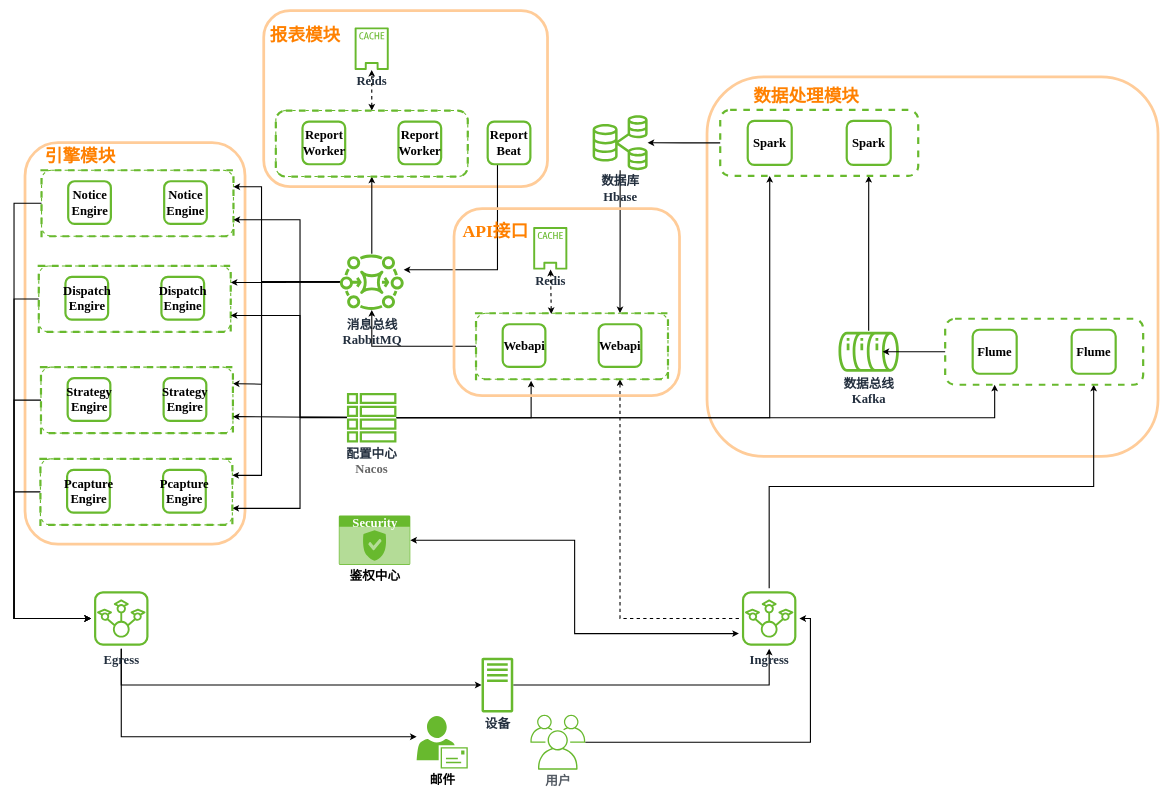
Earlier version of the draw.io diagram arch-2023.drawio (caihuayu0322/drawio-github). Source tidied: cells renumbered, new cells numbered last; positions are measured from the earlier drawing's top-left corner, leaving out a move shared by most shapes. Both pictures are drawn from the tidied source at 55%, with x=0, y=0 at pixel (14, 10).
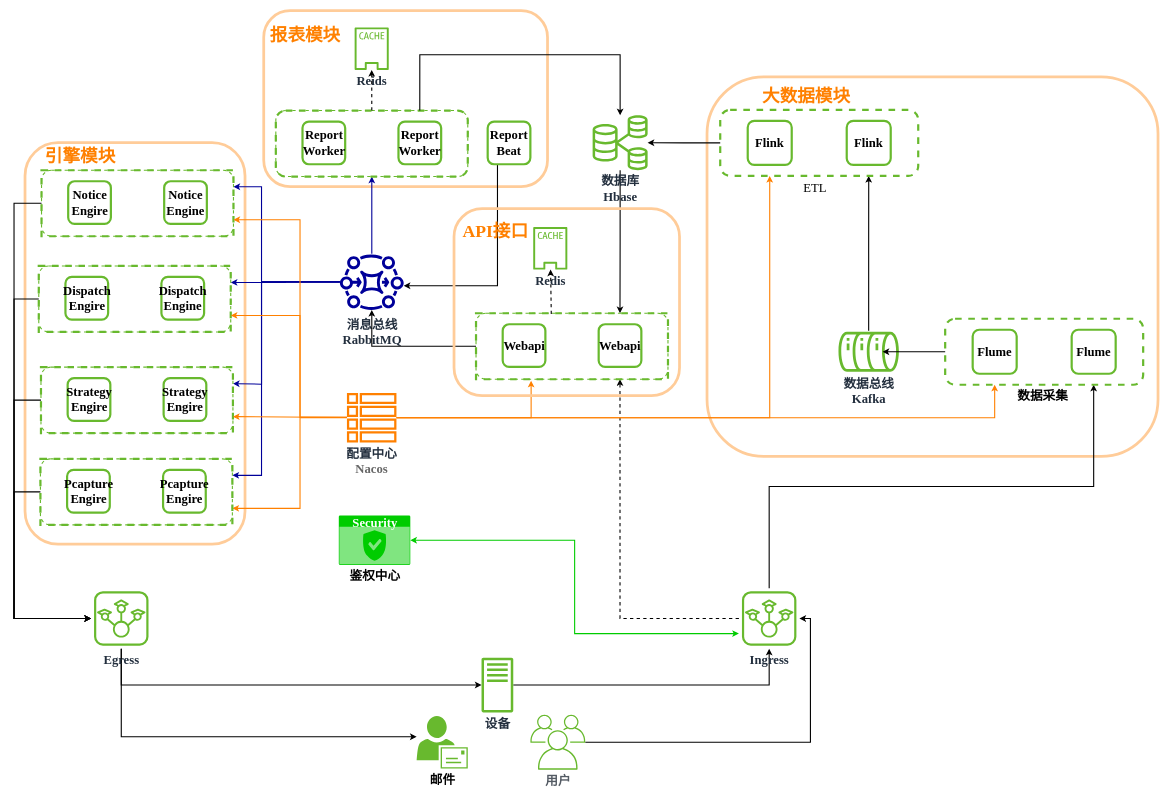
The same diagram, later.

Unchanged cells that the change refers to:
```xml
<mxCell id="11" value="Ingress" style="sketch=0;points=[[0,0,0],[0.25,0,0],[0.5,0,0],[0.75,0,0],[1,0,0],[0,1,0],[0.25,1,0],[0.5,1,0],[0.75,1,0],[1,1,0],[0,0.25,0],[0,0.5,0],[0,0.75,0],[1,0.25,0],[1,0.5,0],[1,0.75,0]];outlineConnect=0;fontColor=#232F3E;gradientColor=none;gradientDirection=north;fillColor=none;strokeColor=#68B92E;dashed=0;verticalLabelPosition=bottom;verticalAlign=top;align=center;html=1;fontSize=23;fontStyle=1;shape=mxgraph.aws4.resourceIcon;resIcon=mxgraph.aws4.iot_sitewise;rounded=1;strokeWidth=1;direction=west;fontFamily=Garamond;" parent="1" vertex="1">
  <mxGeometry x="1318" y="1050" width="110" height="110" as="geometry" />
</mxCell>
<mxCell id="15" style="rounded=1;whiteSpace=wrap;html=1;strokeColor=#68B92E;fillColor=none;gradientColor=#68B92E;dashed=1;strokeWidth=4;fontStyle=1;fontFamily=Garamond;fontSize=23;" parent="14" vertex="1">
  <mxGeometry width="360" height="120" as="geometry" />
</mxCell>
<mxCell id="26" style="rounded=1;whiteSpace=wrap;html=1;strokeColor=#68B92E;fillColor=none;gradientColor=#68B92E;dashed=1;strokeWidth=2;fontStyle=1;fontFamily=Garamond;fontSize=23;" parent="25" vertex="1">
  <mxGeometry width="349" height="120" as="geometry" />
</mxCell>
<mxCell id="30" value="Report Beat" style="whiteSpace=wrap;html=1;strokeColor=#68B92E;fillColor=none;gradientColor=#68B92E;rounded=1;fontStyle=1;fontFamily=Garamond;fontSize=23;strokeWidth=4;" parent="1" vertex="1">
  <mxGeometry x="861.2" y="201.5" width="77.6" height="77.6" as="geometry" />
</mxCell>
<mxCell id="32" style="rounded=1;whiteSpace=wrap;html=1;strokeColor=#68B92E;fillColor=none;gradientColor=#68B92E;dashed=1;strokeWidth=2;fontStyle=1;fontFamily=Garamond;fontSize=23;" parent="31" vertex="1">
  <mxGeometry width="349" height="120" as="geometry" />
</mxCell>
<mxCell id="39" style="rounded=1;whiteSpace=wrap;html=1;strokeColor=#68B92E;fillColor=none;gradientColor=#68B92E;dashed=1;strokeWidth=2;fontStyle=1;fontFamily=Garamond;fontSize=23;" parent="38" vertex="1">
  <mxGeometry width="349" height="120" as="geometry" />
</mxCell>
<mxCell id="44" style="rounded=1;whiteSpace=wrap;html=1;strokeColor=#68B92E;fillColor=none;gradientColor=#68B92E;dashed=1;strokeWidth=2;fontStyle=1;fontFamily=Garamond;fontSize=23;" parent="43" vertex="1">
  <mxGeometry width="349" height="120" as="geometry" />
</mxCell>
<mxCell id="56" value="数据库&lt;br style=&quot;font-size: 23px;&quot;&gt;Hbase" style="sketch=0;outlineConnect=0;fontColor=#232F3E;gradientColor=none;fillColor=#68B92E;strokeColor=none;dashed=0;verticalLabelPosition=bottom;verticalAlign=top;align=center;html=1;fontSize=23;fontStyle=1;shape=mxgraph.aws4.rds_multi_az_db_cluster;rounded=1;shadow=0;strokeWidth=1;fontFamily=Garamond;" parent="1" vertex="1">
  <mxGeometry x="1052" y="190" width="100" height="100" as="geometry" />
</mxCell>
<mxCell id="58" value="Reids" style="sketch=0;outlineConnect=0;fontColor=#232F3E;gradientColor=none;fillColor=#68B92E;strokeColor=none;dashed=0;verticalLabelPosition=bottom;verticalAlign=top;align=center;html=1;fontSize=23;fontStyle=1;shape=mxgraph.aws4.cached_volume;rounded=1;shadow=0;strokeWidth=1;fontFamily=Garamond;" parent="1" vertex="1">
  <mxGeometry x="619.3" y="30" width="62" height="78" as="geometry" />
</mxCell>
<mxCell id="59" style="group;strokeColor=none;rounded=1;fontStyle=1;fontFamily=Garamond;fontSize=23;" parent="1" vertex="1">
  <mxGeometry x="1284" y="180.3" width="797.5" height="630" as="geometry" />
</mxCell>
<mxCell id="60" style="rounded=1;whiteSpace=wrap;html=1;strokeColor=#68B92E;fillColor=none;gradientColor=#68B92E;dashed=1;strokeWidth=4;fontStyle=1;fontFamily=Garamond;fontSize=23;" parent="59" vertex="1">
  <mxGeometry width="360" height="120" as="geometry" />
</mxCell>
<mxCell id="68" style="rounded=1;whiteSpace=wrap;html=1;strokeColor=#68B92E;fillColor=none;gradientColor=#68B92E;dashed=1;strokeWidth=2;fontStyle=1;fontFamily=Garamond;fontSize=23;" parent="67" vertex="1">
  <mxGeometry width="349" height="120" as="geometry" />
</mxCell>
<mxCell id="81" style="group;" parent="1" vertex="1">
  <mxGeometry x="800" y="360" width="410" height="340" as="geometry" />
</mxCell>
<mxCell id="84" style="rounded=1;whiteSpace=wrap;html=1;strokeColor=#68B92E;fillColor=none;gradientColor=#68B92E;dashed=1;strokeWidth=2;fontStyle=1;fontFamily=Garamond;fontSize=23;" parent="83" vertex="1">
  <mxGeometry width="349" height="120" as="geometry" />
</mxCell>
<mxCell id="87" value="Redis" style="sketch=0;outlineConnect=0;fontColor=#232F3E;gradientColor=none;fillColor=#68B92E;strokeColor=none;dashed=0;verticalLabelPosition=bottom;verticalAlign=top;align=center;html=1;fontSize=23;fontStyle=1;shape=mxgraph.aws4.cached_volume;rounded=1;shadow=0;strokeWidth=1;fontFamily=Garamond;" parent="81" vertex="1">
  <mxGeometry x="144" y="33" width="62" height="78" as="geometry" />
</mxCell>
```

What changed in the source:
```diff
@@
-    <mxCell id="18" style="edgeStyle=orthogonalEdgeStyle;rounded=0;jettySize=auto;html=1;entryX=0.5;entryY=1;entryDx=0;entryDy=0;strokeColor=#000000;strokeWidth=2;fontStyle=1;fontFamily=Garamond;fontSize=23;" parent="1" edge="1" source="23" target="26">
+    <mxCell id="18" style="edgeStyle=orthogonalEdgeStyle;rounded=0;jettySize=auto;html=1;entryX=0.5;entryY=1;entryDx=0;entryDy=0;strokeColor=#000099;strokeWidth=2;fontStyle=1;fontFamily=Garamond;fontSize=23;" parent="1" edge="1" source="23" target="26">
       <mxGeometry relative="1" as="geometry" />
     </mxCell>
-    <mxCell id="19" style="edgeStyle=orthogonalEdgeStyle;rounded=0;jettySize=auto;html=1;entryX=1;entryY=0.25;entryDx=0;entryDy=0;strokeColor=#000000;strokeWidth=2;fontStyle=1;fontFamily=Garamond;fontSize=23;" parent="1" edge="1" source="23" target="32">
+    <mxCell id="19" style="edgeStyle=orthogonalEdgeStyle;rounded=0;jettySize=auto;html=1;entryX=1;entryY=0.25;entryDx=0;entryDy=0;strokeColor=#000099;strokeWidth=2;fontStyle=1;fontFamily=Garamond;fontSize=23;" parent="1" edge="1" source="23" target="32">
       <mxGeometry relative="1" as="geometry">
         <Array as="points">
           <mxPoint x="450" y="493" />
           <mxPoint x="450" y="679" />
         </Array>
       </mxGeometry>
     </mxCell>
-    <mxCell id="20" style="edgeStyle=orthogonalEdgeStyle;rounded=0;jettySize=auto;html=1;entryX=1;entryY=0.25;entryDx=0;entryDy=0;strokeColor=#000000;strokeWidth=2;fontStyle=1;fontFamily=Garamond;fontSize=23;" parent="1" edge="1" source="23" target="39">
+    <mxCell id="20" style="edgeStyle=orthogonalEdgeStyle;rounded=0;jettySize=auto;html=1;entryX=1;entryY=0.25;entryDx=0;entryDy=0;strokeColor=#000099;strokeWidth=2;fontStyle=1;fontFamily=Garamond;fontSize=23;" parent="1" edge="1" source="23" target="39">
       <mxGeometry relative="1" as="geometry" />
     </mxCell>
-    <mxCell id="21" style="edgeStyle=orthogonalEdgeStyle;rounded=0;jettySize=auto;html=1;entryX=1;entryY=0.25;entryDx=0;entryDy=0;strokeColor=#000000;strokeWidth=2;fontStyle=1;fontFamily=Garamond;fontSize=23;" parent="1" edge="1" source="23" target="44">
+    <mxCell id="21" style="edgeStyle=orthogonalEdgeStyle;rounded=0;jettySize=auto;html=1;entryX=1;entryY=0.25;entryDx=0;entryDy=0;strokeColor=#000099;strokeWidth=2;fontStyle=1;fontFamily=Garamond;fontSize=23;" parent="1" edge="1" source="23" target="44">
       <mxGeometry relative="1" as="geometry">
         <Array as="points">
           <mxPoint x="450" y="493" />
           <mxPoint x="450" y="320" />
         </Array>
       </mxGeometry>
     </mxCell>
-    <mxCell id="22" style="edgeStyle=orthogonalEdgeStyle;rounded=0;jettySize=auto;html=1;entryX=1;entryY=0.25;entryDx=0;entryDy=0;strokeColor=#000000;strokeWidth=2;fontStyle=1;fontFamily=Garamond;fontSize=23;" parent="1" edge="1" source="23" target="68">
+    <mxCell id="22" style="edgeStyle=orthogonalEdgeStyle;rounded=0;jettySize=auto;html=1;entryX=1;entryY=0.25;entryDx=0;entryDy=0;strokeColor=#000099;strokeWidth=2;fontStyle=1;fontFamily=Garamond;fontSize=23;" parent="1" edge="1" source="23" target="68">
       <mxGeometry relative="1" as="geometry">
         <Array as="points">
           <mxPoint x="450" y="493" />
           <mxPoint x="450" y="845" />
         </Array>
       </mxGeometry>
     </mxCell>
-    <mxCell id="23" value="消息总线&lt;br style=&quot;font-size: 23px;&quot;&gt;RabbitMQ" style="sketch=0;outlineConnect=0;fontColor=#232F3E;gradientColor=none;fillColor=#68B92E;strokeColor=none;dashed=0;verticalLabelPosition=bottom;verticalAlign=top;align=center;html=1;fontSize=23;fontStyle=1;shape=mxgraph.aws4.mq_broker;rounded=1;shadow=0;strokeWidth=1;fontFamily=Garamond;" parent="1" vertex="1">
+    <mxCell id="23" value="消息总线&lt;br style=&quot;font-size: 23px;&quot;&gt;RabbitMQ" style="sketch=0;outlineConnect=0;fontColor=#232F3E;gradientColor=none;fillColor=#000099;strokeColor=none;dashed=0;verticalLabelPosition=bottom;verticalAlign=top;align=center;html=1;fontSize=23;fontStyle=1;shape=mxgraph.aws4.mq_broker;rounded=1;shadow=0;strokeWidth=1;fontFamily=Garamond;" parent="1" vertex="1">
       <mxGeometry x="592.5" y="435" width="116" height="116" as="geometry" />
     </mxCell>
@@
     <mxCell id="29" style="edgeStyle=orthogonalEdgeStyle;rounded=0;jettySize=auto;html=1;strokeColor=#000000;strokeWidth=2;fontStyle=1;fontFamily=Garamond;fontSize=23;" parent="1" edge="1" source="30" target="23">
       <mxGeometry relative="1" as="geometry">
         <Array as="points">
-          <mxPoint x="879" y="471" />
+          <mxPoint x="879" y="500" />
         </Array>
       </mxGeometry>
     </mxCell>
@@
-    <mxCell id="47" style="edgeStyle=orthogonalEdgeStyle;rounded=0;jettySize=auto;html=1;entryX=0.287;entryY=1.022;entryDx=0;entryDy=0;entryPerimeter=0;strokeColor=#000000;strokeWidth=2;fontStyle=1;fontFamily=Garamond;fontSize=23;" parent="1" edge="1" source="52" target="84">
+    <mxCell id="47" style="edgeStyle=orthogonalEdgeStyle;rounded=0;jettySize=auto;html=1;entryX=0.287;entryY=1.022;entryDx=0;entryDy=0;entryPerimeter=0;strokeColor=#FF8000;strokeWidth=2;fontStyle=1;fontFamily=Garamond;fontSize=23;" parent="1" edge="1" source="52" target="84">
       <mxGeometry relative="1" as="geometry" />
     </mxCell>
-    <mxCell id="48" style="edgeStyle=orthogonalEdgeStyle;rounded=0;jettySize=auto;html=1;entryX=1;entryY=0.75;entryDx=0;entryDy=0;strokeColor=#000000;strokeWidth=2;fontStyle=1;fontFamily=Garamond;fontSize=23;" parent="1" edge="1" source="52" target="39">
+    <mxCell id="48" style="edgeStyle=orthogonalEdgeStyle;rounded=0;jettySize=auto;html=1;entryX=1;entryY=0.75;entryDx=0;entryDy=0;strokeColor=#FF8000;strokeWidth=2;fontStyle=1;fontFamily=Garamond;fontSize=23;" parent="1" edge="1" source="52" target="39">
       <mxGeometry relative="1" as="geometry">
         <Array as="points">
           <mxPoint x="520" y="739" />
           <mxPoint x="520" y="554" />
         </Array>
       </mxGeometry>
     </mxCell>
-    <mxCell id="49" style="edgeStyle=orthogonalEdgeStyle;rounded=0;jettySize=auto;html=1;entryX=1;entryY=0.75;entryDx=0;entryDy=0;strokeColor=#000000;strokeWidth=2;fontStyle=1;fontFamily=Garamond;fontSize=23;" parent="1" edge="1" source="52" target="44">
+    <mxCell id="49" style="edgeStyle=orthogonalEdgeStyle;rounded=0;jettySize=auto;html=1;entryX=1;entryY=0.75;entryDx=0;entryDy=0;strokeColor=#FF8000;strokeWidth=2;fontStyle=1;fontFamily=Garamond;fontSize=23;" parent="1" edge="1" source="52" target="44">
       <mxGeometry relative="1" as="geometry">
         <Array as="points">
           <mxPoint x="520" y="739" />
           <mxPoint x="520" y="380" />
         </Array>
       </mxGeometry>
     </mxCell>
-    <mxCell id="50" style="edgeStyle=orthogonalEdgeStyle;rounded=0;jettySize=auto;html=1;entryX=1;entryY=0.75;entryDx=0;entryDy=0;strokeColor=#000000;strokeWidth=2;fontStyle=1;fontFamily=Garamond;fontSize=23;" parent="1" edge="1" source="52" target="68">
+    <mxCell id="50" style="edgeStyle=orthogonalEdgeStyle;rounded=0;jettySize=auto;html=1;entryX=1;entryY=0.75;entryDx=0;entryDy=0;strokeColor=#FF8000;strokeWidth=2;fontStyle=1;fontFamily=Garamond;fontSize=23;" parent="1" edge="1" source="52" target="68">
       <mxGeometry relative="1" as="geometry">
         <Array as="points">
           <mxPoint x="520" y="740" />
           <mxPoint x="520" y="905" />
         </Array>
       </mxGeometry>
     </mxCell>
-    <mxCell id="51" style="edgeStyle=orthogonalEdgeStyle;rounded=0;jettySize=auto;html=1;entryX=0.25;entryY=1;entryDx=0;entryDy=0;strokeColor=#000000;strokeWidth=2;fontStyle=1;fontFamily=Garamond;fontSize=23;" parent="1" edge="1" source="52" target="60">
+    <mxCell id="51" style="edgeStyle=orthogonalEdgeStyle;rounded=0;jettySize=auto;html=1;entryX=0.25;entryY=1;entryDx=0;entryDy=0;strokeColor=#FF8000;strokeWidth=2;fontStyle=1;fontFamily=Garamond;fontSize=23;" parent="1" edge="1" source="52" target="60">
       <mxGeometry relative="1" as="geometry" />
     </mxCell>
-    <mxCell id="52" value="配置中心&lt;br style=&quot;font-size: 23px;&quot;&gt;&lt;span style=&quot;color: rgb(102, 102, 102); font-size: 23px; text-align: start; background-color: rgb(255, 255, 255);&quot;&gt;Nacos&lt;/span&gt;" style="sketch=0;outlineConnect=0;fontColor=#232F3E;gradientColor=none;fillColor=#68B92E;strokeColor=none;dashed=0;verticalLabelPosition=bottom;verticalAlign=top;align=center;html=1;fontSize=23;fontStyle=1;shape=mxgraph.aws4.table;rounded=1;shadow=0;strokeWidth=1;fontFamily=Garamond;" parent="1" vertex="1">
+    <mxCell id="52" value="配置中心&lt;br style=&quot;font-size: 23px;&quot;&gt;&lt;span style=&quot;color: rgb(102, 102, 102); font-size: 23px; text-align: start; background-color: rgb(255, 255, 255);&quot;&gt;Nacos&lt;/span&gt;" style="sketch=0;outlineConnect=0;fontColor=#232F3E;gradientColor=none;fillColor=#FF8000;strokeColor=none;dashed=0;verticalLabelPosition=bottom;verticalAlign=top;align=center;html=1;fontSize=23;fontStyle=1;shape=mxgraph.aws4.table;rounded=1;shadow=0;strokeWidth=1;fontFamily=Garamond;" parent="1" vertex="1">
       <mxGeometry x="605.3" y="695" width="90" height="90" as="geometry" />
     </mxCell>
-    <mxCell id="53" style="endArrow=classic;html=1;rounded=0;strokeColor=#000000;strokeWidth=2;entryX=0.25;entryY=1;entryDx=0;entryDy=0;edgeStyle=orthogonalEdgeStyle;fontStyle=1;fontFamily=Garamond;fontSize=23;" parent="1" edge="1" source="52" target="15">
+    <mxCell id="53" style="endArrow=classic;html=1;rounded=0;strokeColor=#FF8000;strokeWidth=2;entryX=0.25;entryY=1;entryDx=0;entryDy=0;edgeStyle=orthogonalEdgeStyle;fontStyle=1;fontFamily=Garamond;fontSize=23;" parent="1" edge="1" source="52" target="15">
       <mxGeometry relative="1" as="geometry" />
     </mxCell>
-    <mxCell id="54" style="endArrow=classic;html=1;rounded=0;strokeColor=#000000;strokeWidth=2;entryX=1;entryY=0.75;entryDx=0;entryDy=0;fontStyle=1;fontFamily=Garamond;fontSize=23;" parent="1" edge="1" source="52" target="32">
+    <mxCell id="54" style="endArrow=classic;html=1;rounded=0;strokeColor=#FF8000;strokeWidth=2;entryX=1;entryY=0.75;entryDx=0;entryDy=0;fontStyle=1;fontFamily=Garamond;fontSize=23;" parent="1" edge="1" source="52" target="32">
       <mxGeometry relative="1" as="geometry" />
     </mxCell>
@@
-    <mxCell id="61" value="Spark" style="whiteSpace=wrap;html=1;strokeColor=#68B92E;fillColor=none;gradientColor=#68B92E;rounded=1;fontStyle=1;fontFamily=Garamond;fontSize=23;strokeWidth=4;" parent="59" vertex="1">
+    <mxCell id="61" value="Flink" style="whiteSpace=wrap;html=1;strokeColor=#68B92E;fillColor=none;gradientColor=#68B92E;rounded=1;fontStyle=1;fontFamily=Garamond;fontSize=23;strokeWidth=4;" parent="59" vertex="1">
       <mxGeometry x="50" y="20" width="80" height="80" as="geometry" />
     </mxCell>
-    <mxCell id="62" value="Spark" style="whiteSpace=wrap;html=1;strokeColor=#68B92E;fillColor=none;gradientColor=none;rounded=1;fontStyle=1;fontFamily=Garamond;fontSize=23;strokeWidth=4;" parent="59" vertex="1">
+    <mxCell id="62" value="Flink" style="whiteSpace=wrap;html=1;strokeColor=#68B92E;fillColor=none;gradientColor=none;rounded=1;fontStyle=1;fontFamily=Garamond;fontSize=23;strokeWidth=4;" parent="59" vertex="1">
       <mxGeometry x="230" y="20" width="80" height="80" as="geometry" />
     </mxCell>
@@
-    <mxCell id="64" style="endArrow=classic;startArrow=classic;html=1;rounded=0;dashed=1;strokeColor=#000000;strokeWidth=2;exitX=0.5;exitY=0;exitDx=0;exitDy=0;fontStyle=1;fontFamily=Garamond;fontSize=23;" parent="1" edge="1" source="26" target="58">
-      <mxGeometry relative="1" as="geometry" />
-    </mxCell>
-    <mxCell id="65" value="Security" style="html=1;strokeColor=none;fillColor=#68B92E;labelPosition=center;verticalLabelPosition=middle;verticalAlign=top;align=center;fontSize=23;outlineConnect=0;spacingTop=-6;fontColor=#FFFFFF;sketch=0;shape=mxgraph.sitemap.security;rounded=1;shadow=0;dashed=1;strokeWidth=1;fontStyle=1;fontFamily=Garamond;" parent="1" vertex="1">
+    <mxCell id="65" value="Security" style="html=1;strokeColor=none;fillColor=#00CC00;labelPosition=center;verticalLabelPosition=middle;verticalAlign=top;align=center;fontSize=23;outlineConnect=0;spacingTop=-6;fontColor=#FFFFFF;sketch=0;shape=mxgraph.sitemap.security;rounded=1;shadow=0;dashed=1;strokeWidth=1;fontStyle=1;fontFamily=Garamond;" parent="1" vertex="1">
       <mxGeometry x="590.5" y="917.8" width="130" height="90" as="geometry" />
     </mxCell>
-    <mxCell id="66" style="endArrow=classic;startArrow=classic;html=1;rounded=0;strokeColor=#000000;strokeWidth=2;exitX=1;exitY=0.5;exitDx=0;exitDy=0;exitPerimeter=0;entryX=1;entryY=0.25;entryDx=0;entryDy=0;entryPerimeter=0;edgeStyle=orthogonalEdgeStyle;fontStyle=1;fontFamily=Garamond;fontSize=23;" parent="1" edge="1" source="65" target="11">
+    <mxCell id="66" style="endArrow=classic;startArrow=classic;html=1;rounded=0;strokeColor=#00CC00;strokeWidth=2;exitX=1;exitY=0.5;exitDx=0;exitDy=0;exitPerimeter=0;entryX=1;entryY=0.25;entryDx=0;entryDy=0;entryPerimeter=0;edgeStyle=orthogonalEdgeStyle;fontStyle=1;fontFamily=Garamond;fontSize=23;" parent="1" edge="1" source="65" target="11">
       <mxGeometry relative="1" as="geometry" />
     </mxCell>
@@
-    <mxCell id="75" value="数据处理模块" style="text;html=1;align=center;verticalAlign=middle;strokeColor=none;fillColor=none;fontSize=32;fontFamily=Garamond;fontColor=#FF8000;fontStyle=1;" parent="1" vertex="1">
-      <mxGeometry x="1330" y="130.3" width="220" height="50" as="geometry" />
+    <mxCell id="75" value="大数据模块" style="text;html=1;align=center;verticalAlign=middle;strokeColor=none;fillColor=none;fontSize=32;fontFamily=Garamond;fontColor=#FF8000;fontStyle=1;" parent="1" vertex="1">
+      <mxGeometry x="1350" y="130.3" width="180" height="50" as="geometry" />
     </mxCell>
@@
-    <mxCell id="88" style="endArrow=classic;startArrow=classic;html=1;rounded=0;strokeColor=#000000;strokeWidth=2;exitX=0.392;exitY=0.011;exitDx=0;exitDy=0;exitPerimeter=0;dashed=1;fontStyle=1;fontFamily=Garamond;fontSize=23;" parent="81" edge="1" source="84" target="87">
+    <mxCell id="88" style="endArrow=classic;startArrow=none;html=1;rounded=0;strokeColor=#000000;strokeWidth=2;exitX=0.392;exitY=0.011;exitDx=0;exitDy=0;exitPerimeter=0;dashed=1;fontStyle=1;fontFamily=Garamond;fontSize=23;startFill=0;" parent="81" edge="1" source="84" target="87">
       <mxGeometry relative="1" as="geometry" />
     </mxCell>
@@
+    <mxCell id="90" style="endArrow=classic;startArrow=none;html=1;rounded=0;strokeColor=#000000;strokeWidth=2;fontFamily=Garamond;fontSize=23;fontColor=#000000;exitX=0.75;exitY=0;exitDx=0;exitDy=0;edgeStyle=orthogonalEdgeStyle;startFill=0;" parent="1" edge="1" source="26" target="56">
+      <mxGeometry relative="1" as="geometry">
+        <Array as="points">
+          <mxPoint x="738" y="80" />
+          <mxPoint x="1102" y="80" />
+        </Array>
+      </mxGeometry>
+    </mxCell>
+    <mxCell id="64" style="endArrow=classic;html=1;rounded=0;strokeColor=#000000;strokeWidth=2;fontFamily=Garamond;fontSize=23;fontColor=#000000;exitX=0.5;exitY=0;exitDx=0;exitDy=0;dashed=1;" parent="1" edge="1" source="26" target="58">
+      <mxGeometry relative="1" as="geometry" />
+    </mxCell>
+    <mxCell id="91" value="&lt;b&gt;数据采集&lt;/b&gt;" style="text;html=1;align=center;verticalAlign=middle;strokeColor=none;fillColor=none;fontSize=23;fontFamily=Garamond;fontColor=#000000;" parent="1" vertex="1">
+      <mxGeometry x="1810" y="680" width="120" height="40" as="geometry" />
+    </mxCell>
+    <mxCell id="92" value="ETL" style="text;html=1;align=center;verticalAlign=middle;strokeColor=none;fillColor=none;fontSize=23;fontFamily=Garamond;fontColor=#000000;" parent="1" vertex="1">
+      <mxGeometry x="1420.5" y="301.5" width="70" height="40" as="geometry" />
+    </mxCell>
```
